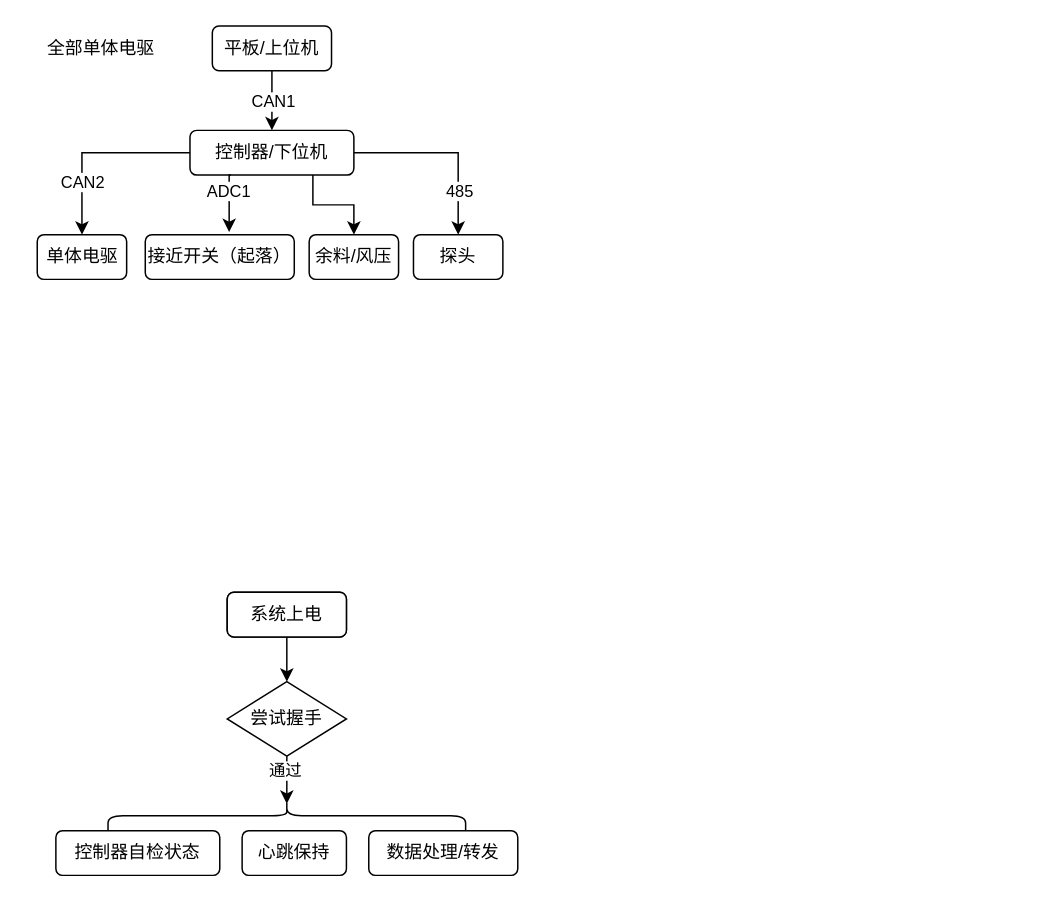
The draw.io diagram SZ_播种.drawio in Hanye1108/drawio, before the edit. Source tidied: cells renumbered, new cells numbered last; positions are measured from the earlier drawing's top-left corner, leaving out a move shared by most shapes. Both pictures are drawn from the tidied source at 149%, with x=0, y=0 at pixel (25, 25).
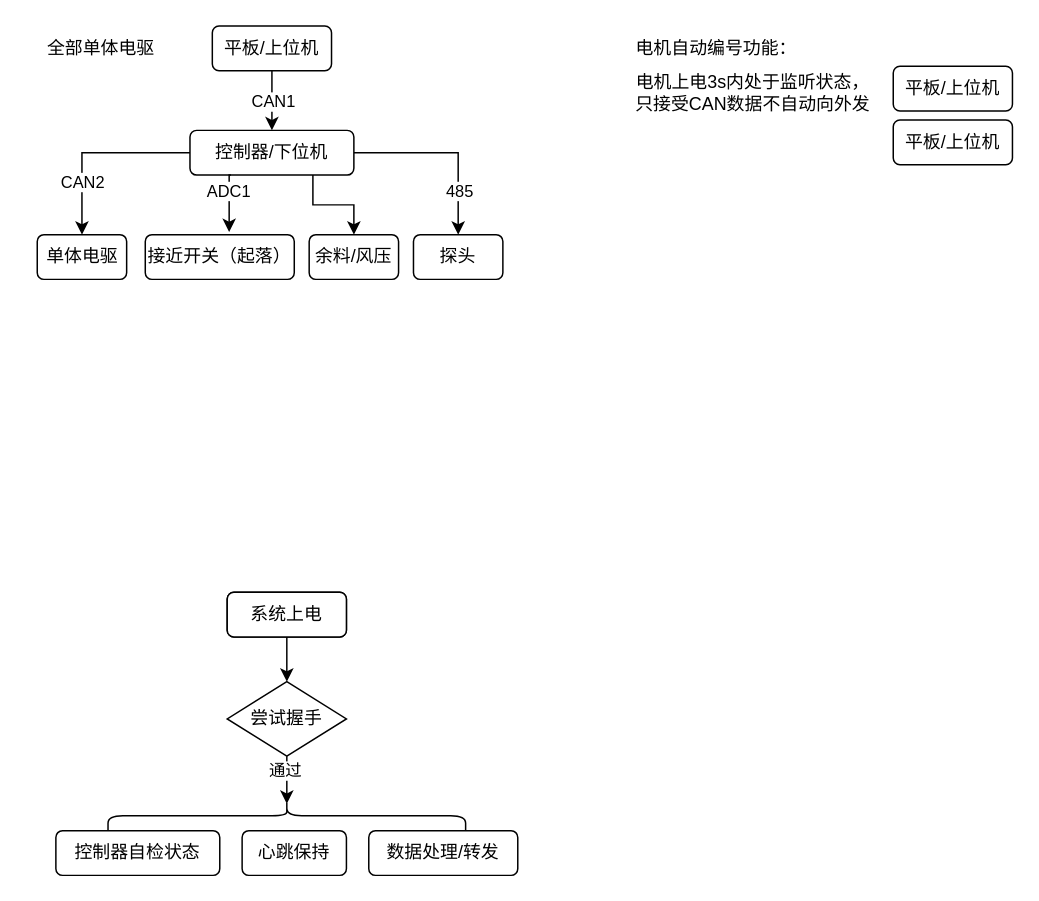
After the change.

The edit, as a diff of the source:
```diff
@@
+    <mxCell id="28" value="平板/上位机" style="rounded=1;whiteSpace=wrap;html=1;" parent="1" vertex="1">
+      <mxGeometry x="582" y="27" width="80" height="30" as="geometry" />
+    </mxCell>
+    <mxCell id="29" value="电机自动编号功能：" style="text;html=1;align=center;verticalAlign=middle;strokeColor=none;fillColor=none;" parent="1" vertex="1">
+      <mxGeometry x="400" y="2" width="126" height="26" as="geometry" />
+    </mxCell>
+    <mxCell id="30" value="平板/上位机" style="rounded=1;whiteSpace=wrap;html=1;" parent="1" vertex="1">
+      <mxGeometry x="582" y="63" width="80" height="30" as="geometry" />
+    </mxCell>
+    <mxCell id="31" value="电机上电3s内处于监听状态，只接受CAN数据不自动向外发" style="text;html=1;align=center;verticalAlign=middle;whiteSpace=wrap;rounded=0;" parent="1" vertex="1">
+      <mxGeometry x="408" y="30" width="160" height="30" as="geometry" />
+    </mxCell>
```
